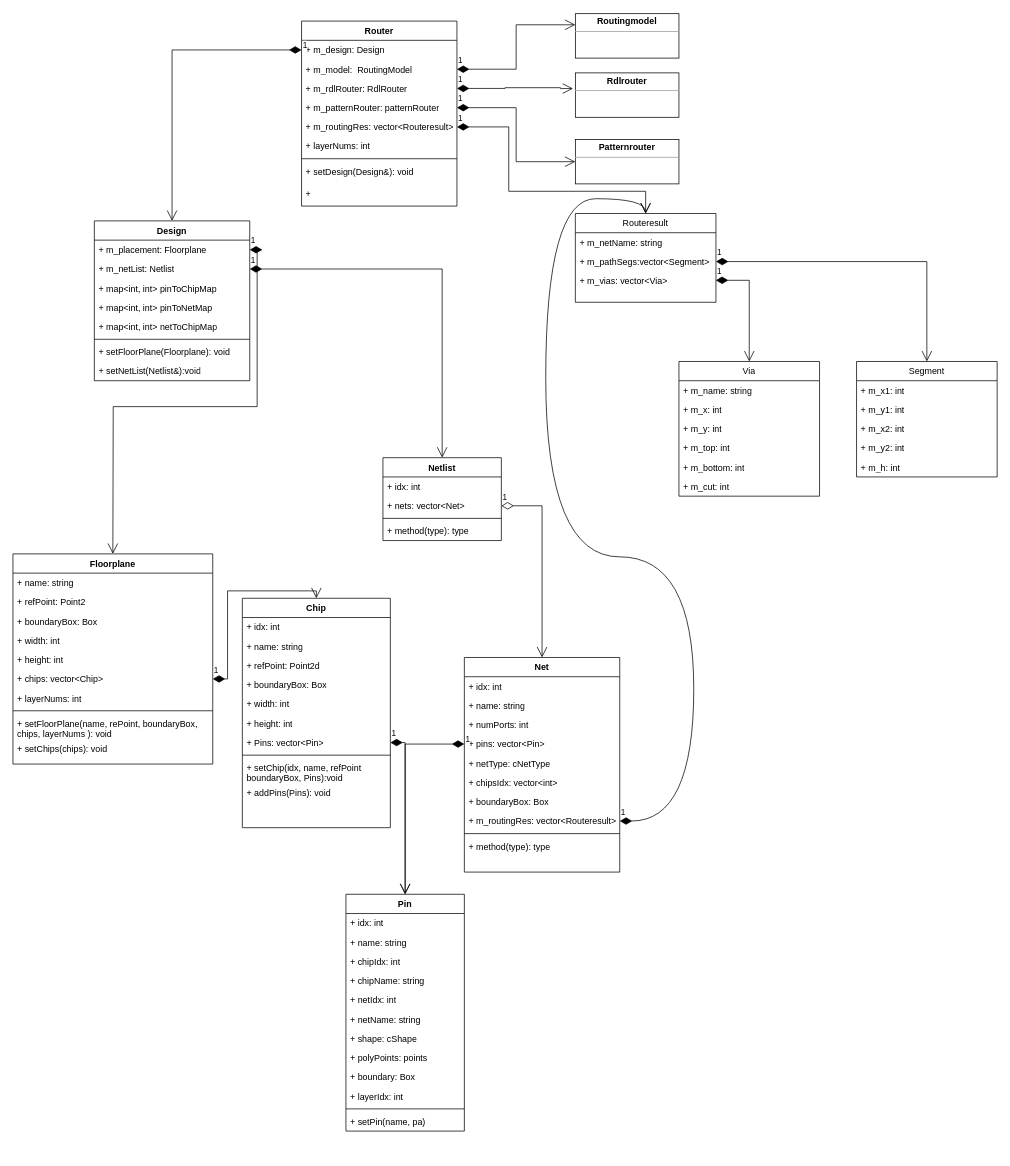
Davidlihuang/DrawIODir keeps this draw.io diagram as SoftWareTopLevel.drawio. Above is the earlier version. Source tidied: cells renumbered, new cells numbered last; positions are measured from the earlier drawing's top-left corner, leaving out a move shared by most shapes. Both pictures are drawn from the tidied source at 74%, with x=0, y=0 at pixel (13, 13).
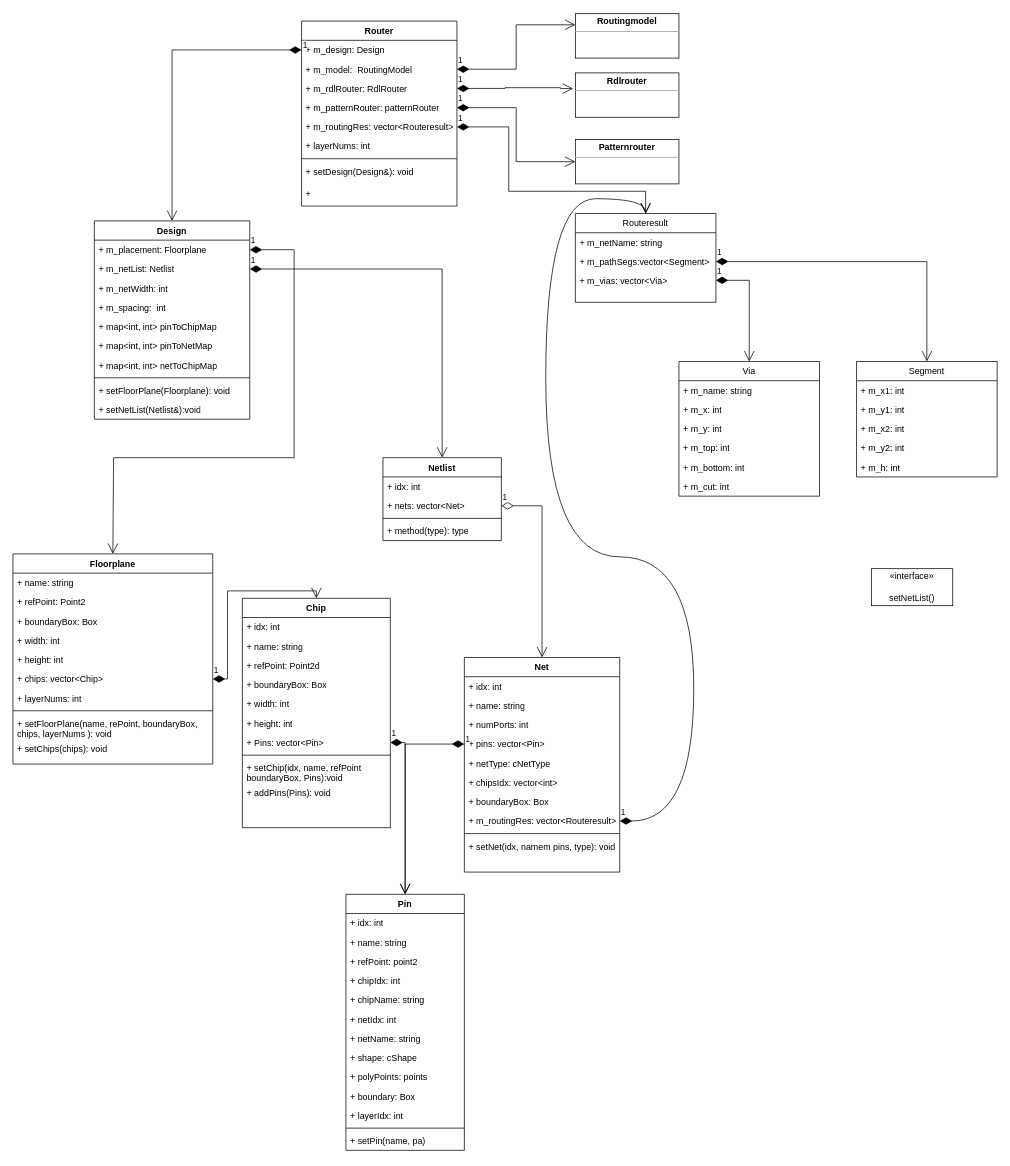
After the change.

The change refers to these unchanged cells:
```xml
<mxCell id="38" value="Net" style="swimlane;fontStyle=1;align=center;verticalAlign=top;horizontal=1;startSize=26;whiteSpace=wrap;html=1;" parent="1" vertex="1">
  <mxGeometry x="610" y="870" width="210" height="290" as="geometry" />
</mxCell>
<mxCell id="42" value="+ pins: vector&amp;lt;Pin&amp;gt;" style="text;strokeColor=none;fillColor=none;align=left;verticalAlign=top;spacingLeft=4;spacingRight=4;overflow=hidden;points=[[0,0.5],[1,0.5]];portConstraint=eastwest;whiteSpace=wrap;html=1;" parent="38" vertex="1">
  <mxGeometry y="104" width="210" height="26" as="geometry" />
</mxCell>
<mxCell id="59" value="+ m_placement: Floorplane" style="text;strokeColor=none;fillColor=none;align=left;verticalAlign=top;spacingLeft=4;spacingRight=4;overflow=hidden;points=[[0,0.5],[1,0.5]];portConstraint=eastwest;whiteSpace=wrap;html=1;" parent="58" vertex="1">
  <mxGeometry y="26" width="210" height="26" as="geometry" />
</mxCell>
```

The edit, as a diff of the source:
```diff
@@
     <mxCell id="25" value="Pin" style="swimlane;fontStyle=1;align=center;verticalAlign=top;horizontal=1;startSize=26;whiteSpace=wrap;html=1;" parent="1" vertex="1">
-      <mxGeometry x="450" y="1190" width="160" height="320" as="geometry" />
+      <mxGeometry x="450" y="1190" width="160" height="346" as="geometry" />
     </mxCell>
@@
+    <mxCell id="107" value="+ refPoint: point2" style="text;strokeColor=none;fillColor=none;align=left;verticalAlign=top;spacingLeft=4;spacingRight=4;overflow=hidden;whiteSpace=wrap;html=1;" parent="25" vertex="1">
+      <mxGeometry y="78" width="160" height="26" as="geometry" />
+    </mxCell>
     <mxCell id="28" value="+ chipIdx: int" style="text;strokeColor=none;fillColor=none;align=left;verticalAlign=top;spacingLeft=4;spacingRight=4;overflow=hidden;whiteSpace=wrap;html=1;" parent="25" vertex="1">
-      <mxGeometry y="78" width="160" height="26" as="geometry" />
+      <mxGeometry y="104" width="160" height="26" as="geometry" />
     </mxCell>
     <mxCell id="29" value="+ chipName: string" style="text;strokeColor=none;fillColor=none;align=left;verticalAlign=top;spacingLeft=4;spacingRight=4;overflow=hidden;whiteSpace=wrap;html=1;" parent="25" vertex="1">
-      <mxGeometry y="104" width="160" height="26" as="geometry" />
+      <mxGeometry y="130" width="160" height="26" as="geometry" />
     </mxCell>
     <mxCell id="30" value="+ netIdx: int" style="text;strokeColor=none;fillColor=none;align=left;verticalAlign=top;spacingLeft=4;spacingRight=4;overflow=hidden;whiteSpace=wrap;html=1;" parent="25" vertex="1">
-      <mxGeometry y="130" width="160" height="26" as="geometry" />
+      <mxGeometry y="156" width="160" height="26" as="geometry" />
     </mxCell>
     <mxCell id="31" value="+ netName: string" style="text;strokeColor=none;fillColor=none;align=left;verticalAlign=top;spacingLeft=4;spacingRight=4;overflow=hidden;whiteSpace=wrap;html=1;" parent="25" vertex="1">
-      <mxGeometry y="156" width="160" height="26" as="geometry" />
+      <mxGeometry y="182" width="160" height="26" as="geometry" />
     </mxCell>
     <mxCell id="32" value="+ shape: cShape" style="text;strokeColor=none;fillColor=none;align=left;verticalAlign=top;spacingLeft=4;spacingRight=4;overflow=hidden;whiteSpace=wrap;html=1;" parent="25" vertex="1">
-      <mxGeometry y="182" width="160" height="26" as="geometry" />
+      <mxGeometry y="208" width="160" height="26" as="geometry" />
     </mxCell>
     <mxCell id="33" value="+ polyPoints: points" style="text;strokeColor=none;fillColor=none;align=left;verticalAlign=top;spacingLeft=4;spacingRight=4;overflow=hidden;whiteSpace=wrap;html=1;" parent="25" vertex="1">
-      <mxGeometry y="208" width="160" height="26" as="geometry" />
+      <mxGeometry y="234" width="160" height="26" as="geometry" />
     </mxCell>
     <mxCell id="34" value="+ boundary: Box" style="text;strokeColor=none;fillColor=none;align=left;verticalAlign=top;spacingLeft=4;spacingRight=4;overflow=hidden;whiteSpace=wrap;html=1;" parent="25" vertex="1">
-      <mxGeometry y="234" width="160" height="26" as="geometry" />
+      <mxGeometry y="260" width="160" height="26" as="geometry" />
     </mxCell>
     <mxCell id="35" value="+ layerIdx: int" style="text;strokeColor=none;fillColor=none;align=left;verticalAlign=top;spacingLeft=4;spacingRight=4;overflow=hidden;whiteSpace=wrap;html=1;" parent="25" vertex="1">
-      <mxGeometry y="260" width="160" height="26" as="geometry" />
+      <mxGeometry y="286" width="160" height="26" as="geometry" />
     </mxCell>
     <mxCell id="36" style="line;strokeWidth=1;fillColor=none;align=left;verticalAlign=middle;spacingTop=-1;spacingLeft=3;spacingRight=3;labelPosition=right;strokeColor=inherit;" parent="25" vertex="1">
-      <mxGeometry y="286" width="160" height="8" as="geometry" />
+      <mxGeometry y="312" width="160" height="8" as="geometry" />
     </mxCell>
     <mxCell id="37" value="+ setPin(name, pa)" style="text;strokeColor=none;fillColor=none;align=left;verticalAlign=top;spacingLeft=4;spacingRight=4;overflow=hidden;whiteSpace=wrap;html=1;" parent="25" vertex="1">
-      <mxGeometry y="294" width="160" height="26" as="geometry" />
+      <mxGeometry y="320" width="160" height="26" as="geometry" />
     </mxCell>
@@
-    <mxCell id="48" value="+ method(type): type" style="text;strokeColor=none;fillColor=none;align=left;verticalAlign=top;spacingLeft=4;spacingRight=4;overflow=hidden;whiteSpace=wrap;html=1;" parent="38" vertex="1">
+    <mxCell id="48" value="+ setNet(idx, namem pins, type): void" style="text;strokeColor=none;fillColor=none;align=left;verticalAlign=top;spacingLeft=4;spacingRight=4;overflow=hidden;whiteSpace=wrap;html=1;" parent="38" vertex="1">
       <mxGeometry y="242" width="210" height="48" as="geometry" />
     </mxCell>
@@
     <mxCell id="56" value="1" style="endArrow=open;html=1;endSize=12;startArrow=diamondThin;startSize=14;startFill=1;align=left;verticalAlign=bottom;rounded=0;exitX=0;exitY=0.5;exitDx=0;exitDy=0;entryX=0.5;entryY=0;entryDx=0;entryDy=0;edgeStyle=orthogonalEdgeStyle;" parent="1" edge="1" source="42" target="25">
-      <mxGeometry x="-1" y="3" relative="1" as="geometry" />
+      <mxGeometry x="-1" y="3" relative="1" as="geometry">
+        <Array as="points">
+          <mxPoint x="530" y="987" />
+        </Array>
+      </mxGeometry>
     </mxCell>
@@
     <mxCell id="58" value="Design" style="swimlane;fontStyle=1;align=center;verticalAlign=top;horizontal=1;startSize=26;whiteSpace=wrap;html=1;" parent="1" vertex="1">
-      <mxGeometry x="110" y="280" width="210" height="216" as="geometry" />
+      <mxGeometry x="110" y="280" width="210" height="268" as="geometry" />
     </mxCell>
@@
+    <mxCell id="108" value="+ m_netWidth: int" style="text;strokeColor=none;fillColor=none;align=left;verticalAlign=top;spacingLeft=4;spacingRight=4;overflow=hidden;whiteSpace=wrap;html=1;" parent="58" vertex="1">
+      <mxGeometry y="78" width="210" height="26" as="geometry" />
+    </mxCell>
+    <mxCell id="109" value="+ m_spacing:&amp;nbsp; int" style="text;strokeColor=none;fillColor=none;align=left;verticalAlign=top;spacingLeft=4;spacingRight=4;overflow=hidden;whiteSpace=wrap;html=1;" parent="58" vertex="1">
+      <mxGeometry y="104" width="210" height="26" as="geometry" />
+    </mxCell>
     <mxCell id="61" value="+ map&amp;lt;int, int&amp;gt; pinToChipMap" style="text;strokeColor=none;fillColor=none;align=left;verticalAlign=top;spacingLeft=4;spacingRight=4;overflow=hidden;whiteSpace=wrap;html=1;" parent="58" vertex="1">
-      <mxGeometry y="78" width="210" height="26" as="geometry" />
+      <mxGeometry y="130" width="210" height="26" as="geometry" />
     </mxCell>
     <mxCell id="62" value="+ map&amp;lt;int, int&amp;gt; pinToNetMap" style="text;strokeColor=none;fillColor=none;align=left;verticalAlign=top;spacingLeft=4;spacingRight=4;overflow=hidden;whiteSpace=wrap;html=1;" parent="58" vertex="1">
-      <mxGeometry y="104" width="210" height="26" as="geometry" />
+      <mxGeometry y="156" width="210" height="26" as="geometry" />
     </mxCell>
     <mxCell id="63" value="+ map&amp;lt;int, int&amp;gt; netToChipMap" style="text;strokeColor=none;fillColor=none;align=left;verticalAlign=top;spacingLeft=4;spacingRight=4;overflow=hidden;whiteSpace=wrap;html=1;" parent="58" vertex="1">
-      <mxGeometry y="130" width="210" height="26" as="geometry" />
+      <mxGeometry y="182" width="210" height="26" as="geometry" />
     </mxCell>
     <mxCell id="64" style="line;strokeWidth=1;fillColor=none;align=left;verticalAlign=middle;spacingTop=-1;spacingLeft=3;spacingRight=3;labelPosition=right;strokeColor=inherit;" parent="58" vertex="1">
-      <mxGeometry y="156" width="210" height="8" as="geometry" />
+      <mxGeometry y="208" width="210" height="8" as="geometry" />
     </mxCell>
     <mxCell id="65" value="+ setFloorPlane(Floorplane): void" style="text;strokeColor=none;fillColor=none;align=left;verticalAlign=top;spacingLeft=4;spacingRight=4;overflow=hidden;whiteSpace=wrap;html=1;" parent="58" vertex="1">
-      <mxGeometry y="164" width="210" height="26" as="geometry" />
+      <mxGeometry y="216" width="210" height="26" as="geometry" />
     </mxCell>
     <mxCell id="66" value="+ setNetList(Netlist&amp;amp;):void" style="text;strokeColor=none;fillColor=none;align=left;verticalAlign=top;spacingLeft=4;spacingRight=4;overflow=hidden;whiteSpace=wrap;html=1;" parent="58" vertex="1">
-      <mxGeometry y="190" width="210" height="26" as="geometry" />
+      <mxGeometry y="242" width="210" height="26" as="geometry" />
     </mxCell>
@@
     <mxCell id="80" value="1" style="endArrow=open;html=1;endSize=12;startArrow=diamondThin;startSize=14;startFill=1;edgeStyle=orthogonalEdgeStyle;align=left;verticalAlign=bottom;rounded=0;exitX=1;exitY=0.5;exitDx=0;exitDy=0;" parent="1" edge="1" source="59">
       <mxGeometry x="-1" y="3" relative="1" as="geometry">
         <mxPoint x="135" y="730" as="targetPoint" />
+        <Array as="points">
+          <mxPoint x="380" y="319" />
+          <mxPoint x="380" y="600" />
+          <mxPoint x="136" y="600" />
+          <mxPoint x="136" y="730" />
+        </Array>
       </mxGeometry>
     </mxCell>
@@
+    <mxCell id="110" value="«interface»&lt;br&gt;&lt;b&gt;&lt;br&gt;&lt;/b&gt;setNetList()" style="html=1;whiteSpace=wrap;" parent="1" vertex="1">
+      <mxGeometry x="1160" y="750" width="110" height="50" as="geometry" />
+    </mxCell>
```
